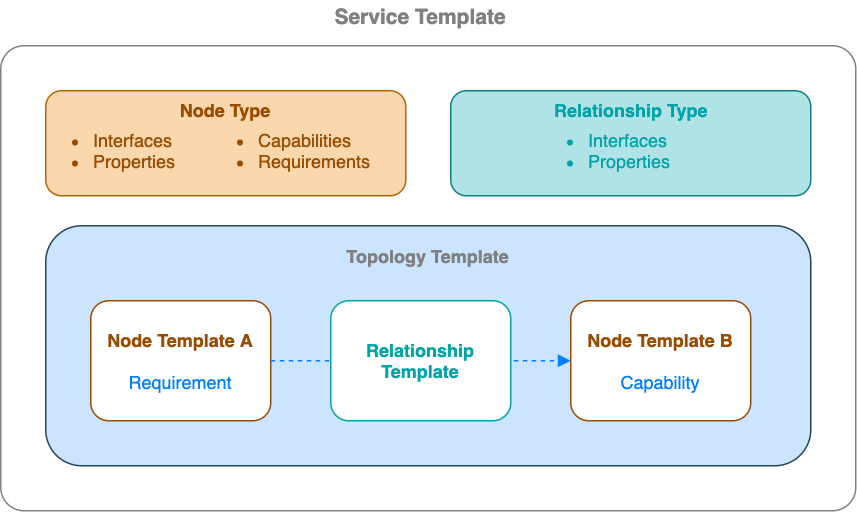
onecommons/unfurl keeps this draw.io diagram as docs/images/service_template.png. Above is the earlier version. Source tidied: cells renumbered, new cells last; positions are measured from the earlier drawing's top-left corner, leaving out a move shared by most shapes. The source it was exported from:
```xml
<mxGraphModel>
  <root>
    <mxCell id="0" />
    <mxCell id="1" parent="0" />
    <mxCell id="2" style="rounded=1;whiteSpace=wrap;html=1;arcSize=5;strokeColor=#808080;" parent="1" vertex="1">
      <mxGeometry y="30" width="570" height="310" as="geometry" />
    </mxCell>
    <mxCell id="3" style="rounded=1;whiteSpace=wrap;html=1;strokeColor=#23445d;fillColor=#CCE5FF;" parent="1" vertex="1">
      <mxGeometry x="30" y="150" width="510" height="160" as="geometry" />
    </mxCell>
    <mxCell id="4" value="&lt;font color=&quot;#994c00&quot;&gt;&lt;b&gt;Node Template A&lt;/b&gt;&lt;/font&gt;&lt;br&gt;&lt;br&gt;&lt;font color=&quot;#007fff&quot;&gt;Requirement&lt;/font&gt;" style="rounded=1;whiteSpace=wrap;html=1;strokeColor=#994C00;" parent="1" vertex="1">
      <mxGeometry x="60" y="200" width="120" height="80" as="geometry" />
    </mxCell>
    <mxCell id="5" value="&lt;b&gt;&lt;font color=&quot;#994c00&quot;&gt;Node Template B&lt;/font&gt;&lt;/b&gt;&lt;br&gt;&lt;br&gt;&lt;font color=&quot;#007fff&quot;&gt;Capability&lt;/font&gt;" style="rounded=1;whiteSpace=wrap;html=1;strokeColor=#994C00;" parent="1" vertex="1">
      <mxGeometry x="380" y="200" width="120" height="80" as="geometry" />
    </mxCell>
    <mxCell id="6" value="&lt;b&gt;&lt;font color=&quot;#808080&quot;&gt;Topology Template&lt;/font&gt;&lt;/b&gt;" style="text;html=1;strokeColor=none;fillColor=none;align=center;verticalAlign=middle;whiteSpace=wrap;rounded=0;" parent="1" vertex="1">
      <mxGeometry x="225" y="160" width="120" height="20" as="geometry" />
    </mxCell>
    <mxCell id="7" style="endArrow=block;dashed=1;html=1;exitX=1;exitY=0.5;exitDx=0;exitDy=0;entryX=0;entryY=0.5;entryDx=0;entryDy=0;endFill=1;strokeColor=#007FFF;" parent="1" edge="1" source="4" target="5">
      <mxGeometry relative="1" as="geometry" />
    </mxCell>
    <mxCell id="8" value="&lt;b&gt;&lt;font color=&quot;#00a3a8&quot;&gt;Relationship Template&lt;/font&gt;&lt;/b&gt;" style="rounded=1;whiteSpace=wrap;html=1;strokeColor=#00A3A8;" parent="1" vertex="1">
      <mxGeometry x="220" y="200" width="120" height="80" as="geometry" />
    </mxCell>
    <mxCell id="9" value="&lt;font color=&quot;#994c00&quot;&gt;&lt;br&gt;&lt;/font&gt;" style="rounded=1;whiteSpace=wrap;html=1;strokeColor=#b46504;fillColor=#fad7ac;" parent="1" vertex="1">
      <mxGeometry x="30" y="60" width="240" height="70" as="geometry" />
    </mxCell>
    <mxCell id="10" value="&lt;font color=&quot;#00a3a8&quot;&gt;&lt;br&gt;&lt;/font&gt;" style="rounded=1;whiteSpace=wrap;html=1;strokeColor=#0e8088;fillColor=#b0e3e6;" parent="1" vertex="1">
      <mxGeometry x="300" y="60" width="240" height="70" as="geometry" />
    </mxCell>
    <mxCell id="11" value="&lt;b&gt;&lt;font color=&quot;#808080&quot; style=&quot;font-size: 14px&quot;&gt;Service Template&lt;/font&gt;&lt;/b&gt;" style="text;html=1;strokeColor=none;fillColor=none;align=center;verticalAlign=middle;whiteSpace=wrap;rounded=0;" parent="1" vertex="1">
      <mxGeometry x="220" width="120" height="20" as="geometry" />
    </mxCell>
    <mxCell id="12" value="&lt;ul&gt;&lt;li&gt;&lt;span style=&quot;&quot;&gt;Capabilities&lt;/span&gt;&lt;/li&gt;&lt;li&gt;&lt;span style=&quot;&quot;&gt;Requirements&lt;/span&gt;&lt;/li&gt;&lt;/ul&gt;" style="text;html=1;strokeColor=none;fillColor=none;align=left;verticalAlign=middle;whiteSpace=wrap;rounded=0;fontColor=#994C00;" parent="1" vertex="1">
      <mxGeometry x="130" y="80" width="130" height="40" as="geometry" />
    </mxCell>
    <mxCell id="13" value="&lt;ul&gt;&lt;li&gt;&lt;span style=&quot;&quot;&gt;Interfaces&lt;/span&gt;&lt;/li&gt;&lt;li&gt;&lt;span style=&quot;&quot;&gt;Properties&lt;/span&gt;&lt;/li&gt;&lt;/ul&gt;" style="text;html=1;align=left;verticalAlign=middle;strokeColor=none;fontColor=#00A3A8;" parent="1" vertex="1">
      <mxGeometry x="350" y="70" width="110" height="60" as="geometry" />
    </mxCell>
    <mxCell id="14" value="&lt;b style=&quot;color: rgb(153 , 76 , 0)&quot;&gt;Node Type&lt;/b&gt;" style="text;html=1;strokeColor=none;fillColor=none;align=center;verticalAlign=middle;whiteSpace=wrap;rounded=0;" parent="1" vertex="1">
      <mxGeometry x="100" y="63" width="100" height="20" as="geometry" />
    </mxCell>
    <mxCell id="15" value="&lt;ul&gt;&lt;li&gt;&lt;font&gt;Interfaces&lt;/font&gt;&lt;/li&gt;&lt;li&gt;&lt;font&gt;Properties&lt;/font&gt;&lt;/li&gt;&lt;/ul&gt;" style="text;html=1;strokeColor=none;fillColor=none;align=left;verticalAlign=middle;whiteSpace=wrap;rounded=0;fontColor=#994C00;" parent="1" vertex="1">
      <mxGeometry x="20" y="80" width="100" height="40" as="geometry" />
    </mxCell>
    <mxCell id="16" value="&lt;b style=&quot;color: rgb(0 , 163 , 168)&quot;&gt;Relationship Type&lt;/b&gt;" style="text;html=1;align=center;verticalAlign=middle;strokeColor=none;" parent="1" vertex="1">
      <mxGeometry x="360" y="63" width="120" height="20" as="geometry" />
    </mxCell>
  </root>
</mxGraphModel>
```
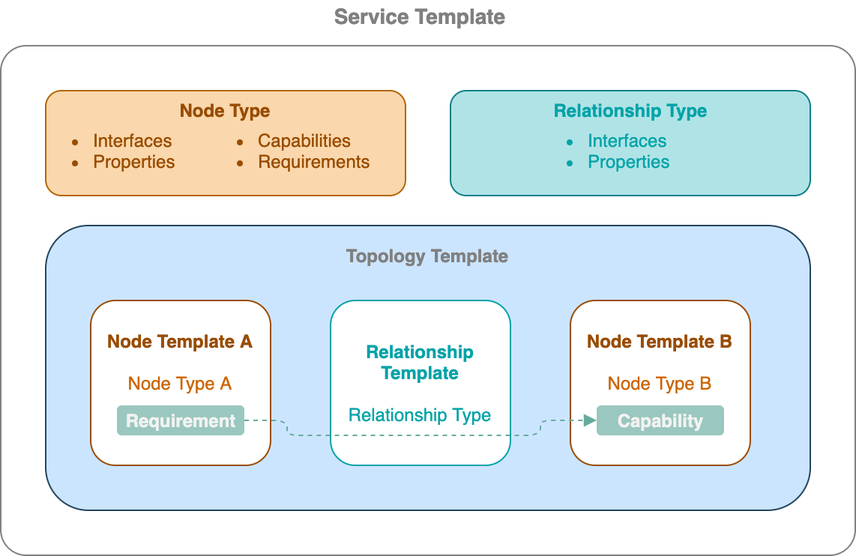
After the commit.

Commit message:
Updated service template diagram

What changed in the source:
```diff
@@ -3,26 +3,20 @@
     <mxCell id="0" />
     <mxCell id="1" parent="0" />
     <mxCell id="2" style="rounded=1;whiteSpace=wrap;html=1;arcSize=5;strokeColor=#808080;" parent="1" vertex="1">
-      <mxGeometry y="30" width="570" height="310" as="geometry" />
+      <mxGeometry y="30" width="570" height="340" as="geometry" />
     </mxCell>
     <mxCell id="3" style="rounded=1;whiteSpace=wrap;html=1;strokeColor=#23445d;fillColor=#CCE5FF;" parent="1" vertex="1">
-      <mxGeometry x="30" y="150" width="510" height="160" as="geometry" />
+      <mxGeometry x="30" y="150" width="510" height="190" as="geometry" />
     </mxCell>
-    <mxCell id="4" value="&lt;font color=&quot;#994c00&quot;&gt;&lt;b&gt;Node Template A&lt;/b&gt;&lt;/font&gt;&lt;br&gt;&lt;br&gt;&lt;font color=&quot;#007fff&quot;&gt;Requirement&lt;/font&gt;" style="rounded=1;whiteSpace=wrap;html=1;strokeColor=#994C00;" parent="1" vertex="1">
-      <mxGeometry x="60" y="200" width="120" height="80" as="geometry" />
+    <mxCell id="4" value="&lt;font color=&quot;#994c00&quot;&gt;&lt;b&gt;Node Template A&lt;/b&gt;&lt;/font&gt;&lt;br&gt;&lt;br&gt;&lt;font color=&quot;#cc6600&quot;&gt;Node Type A&lt;br&gt;&lt;/font&gt;&lt;br&gt;&lt;br&gt;" style="rounded=1;whiteSpace=wrap;html=1;strokeColor=#994C00;" parent="1" vertex="1">
+      <mxGeometry x="60" y="200" width="120" height="110" as="geometry" />
     </mxCell>
-    <mxCell id="5" value="&lt;b&gt;&lt;font color=&quot;#994c00&quot;&gt;Node Template B&lt;/font&gt;&lt;/b&gt;&lt;br&gt;&lt;br&gt;&lt;font color=&quot;#007fff&quot;&gt;Capability&lt;/font&gt;" style="rounded=1;whiteSpace=wrap;html=1;strokeColor=#994C00;" parent="1" vertex="1">
-      <mxGeometry x="380" y="200" width="120" height="80" as="geometry" />
+    <mxCell id="5" value="&lt;b&gt;&lt;font color=&quot;#994c00&quot;&gt;Node Template B&lt;/font&gt;&lt;/b&gt;&lt;br&gt;&lt;br&gt;&lt;font color=&quot;#cc6600&quot;&gt;Node Type B&lt;/font&gt;&lt;br&gt;&lt;br&gt;&lt;br&gt;" style="rounded=1;whiteSpace=wrap;html=1;strokeColor=#994C00;" parent="1" vertex="1">
+      <mxGeometry x="380" y="200" width="120" height="110" as="geometry" />
     </mxCell>
     <mxCell id="6" value="&lt;b&gt;&lt;font color=&quot;#808080&quot;&gt;Topology Template&lt;/font&gt;&lt;/b&gt;" style="text;html=1;strokeColor=none;fillColor=none;align=center;verticalAlign=middle;whiteSpace=wrap;rounded=0;" parent="1" vertex="1">
       <mxGeometry x="225" y="160" width="120" height="20" as="geometry" />
     </mxCell>
-    <mxCell id="7" style="endArrow=block;dashed=1;html=1;exitX=1;exitY=0.5;exitDx=0;exitDy=0;entryX=0;entryY=0.5;entryDx=0;entryDy=0;endFill=1;strokeColor=#007FFF;" parent="1" edge="1" source="4" target="5">
-      <mxGeometry relative="1" as="geometry" />
-    </mxCell>
-    <mxCell id="8" value="&lt;b&gt;&lt;font color=&quot;#00a3a8&quot;&gt;Relationship Template&lt;/font&gt;&lt;/b&gt;" style="rounded=1;whiteSpace=wrap;html=1;strokeColor=#00A3A8;" parent="1" vertex="1">
-      <mxGeometry x="220" y="200" width="120" height="80" as="geometry" />
-    </mxCell>
     <mxCell id="9" value="&lt;font color=&quot;#994c00&quot;&gt;&lt;br&gt;&lt;/font&gt;" style="rounded=1;whiteSpace=wrap;html=1;strokeColor=#b46504;fillColor=#fad7ac;" parent="1" vertex="1">
       <mxGeometry x="30" y="60" width="240" height="70" as="geometry" />
     </mxCell>
@@ -47,5 +41,24 @@
     <mxCell id="16" value="&lt;b style=&quot;color: rgb(0 , 163 , 168)&quot;&gt;Relationship Type&lt;/b&gt;" style="text;html=1;align=center;verticalAlign=middle;strokeColor=none;" parent="1" vertex="1">
       <mxGeometry x="360" y="63" width="120" height="20" as="geometry" />
     </mxCell>
+    <mxCell id="17" value="&lt;font color=&quot;#f2f2f2&quot;&gt;&lt;b&gt;Requirement&lt;/b&gt;&lt;/font&gt;" style="rounded=1;whiteSpace=wrap;html=1;strokeColor=none;fillColor=#9AC7BF;" parent="1" vertex="1">
+      <mxGeometry x="77.5" y="270" width="85" height="20" as="geometry" />
+    </mxCell>
+    <mxCell id="18" value="&lt;font color=&quot;#f2f2f2&quot;&gt;&lt;b&gt;Capability&lt;/b&gt;&lt;/font&gt;" style="rounded=1;whiteSpace=wrap;html=1;strokeColor=none;fillColor=#9AC7BF;" parent="1" vertex="1">
+      <mxGeometry x="397.5" y="270" width="85" height="20" as="geometry" />
+    </mxCell>
+    <mxCell id="8" value="&lt;font color=&quot;#00a3a8&quot;&gt;&lt;b&gt;Relationship Template&lt;br&gt;&lt;/b&gt;&lt;br&gt;Relationship Type&lt;br&gt;&lt;/font&gt;" style="rounded=1;whiteSpace=wrap;html=1;strokeColor=#00A3A8;" parent="1" vertex="1">
+      <mxGeometry x="220" y="200" width="120" height="110" as="geometry" />
+    </mxCell>
+    <mxCell id="7" style="endArrow=block;dashed=1;html=1;exitX=1;exitY=0.5;exitDx=0;exitDy=0;entryX=0;entryY=0.5;entryDx=0;entryDy=0;endFill=1;strokeColor=#67AB9F;" parent="1" edge="1" source="17" target="18">
+      <mxGeometry relative="1" as="geometry">
+        <Array as="points">
+          <mxPoint x="191" y="280" />
+          <mxPoint x="191" y="290" />
+          <mxPoint x="360" y="290" />
+          <mxPoint x="360" y="280" />
+        </Array>
+      </mxGeometry>
+    </mxCell>
   </root>
 </mxGraphModel>
```
